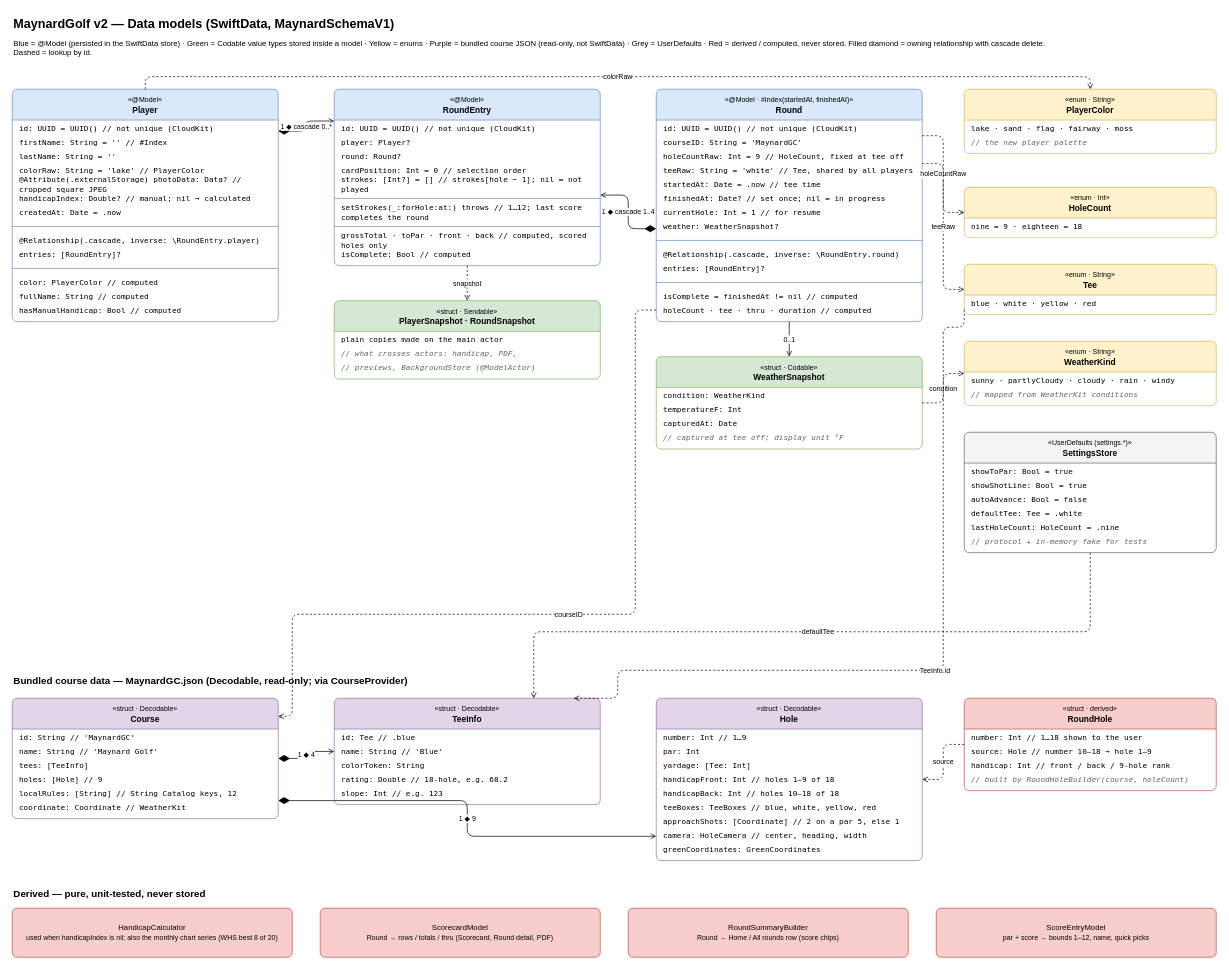
Earlier version of the draw.io diagram page "SwiftData models (schema v2)" (1 of 2) of docs/data-model.drawio (tassinari/MaynardGolf). Source tidied: cells renumbered, new cells numbered last; positions are measured from the earlier drawing's top-left corner, leaving out a move shared by most shapes. Both pictures are drawn from the tidied source at 70%, with x=0, y=0 at pixel (12, 12).
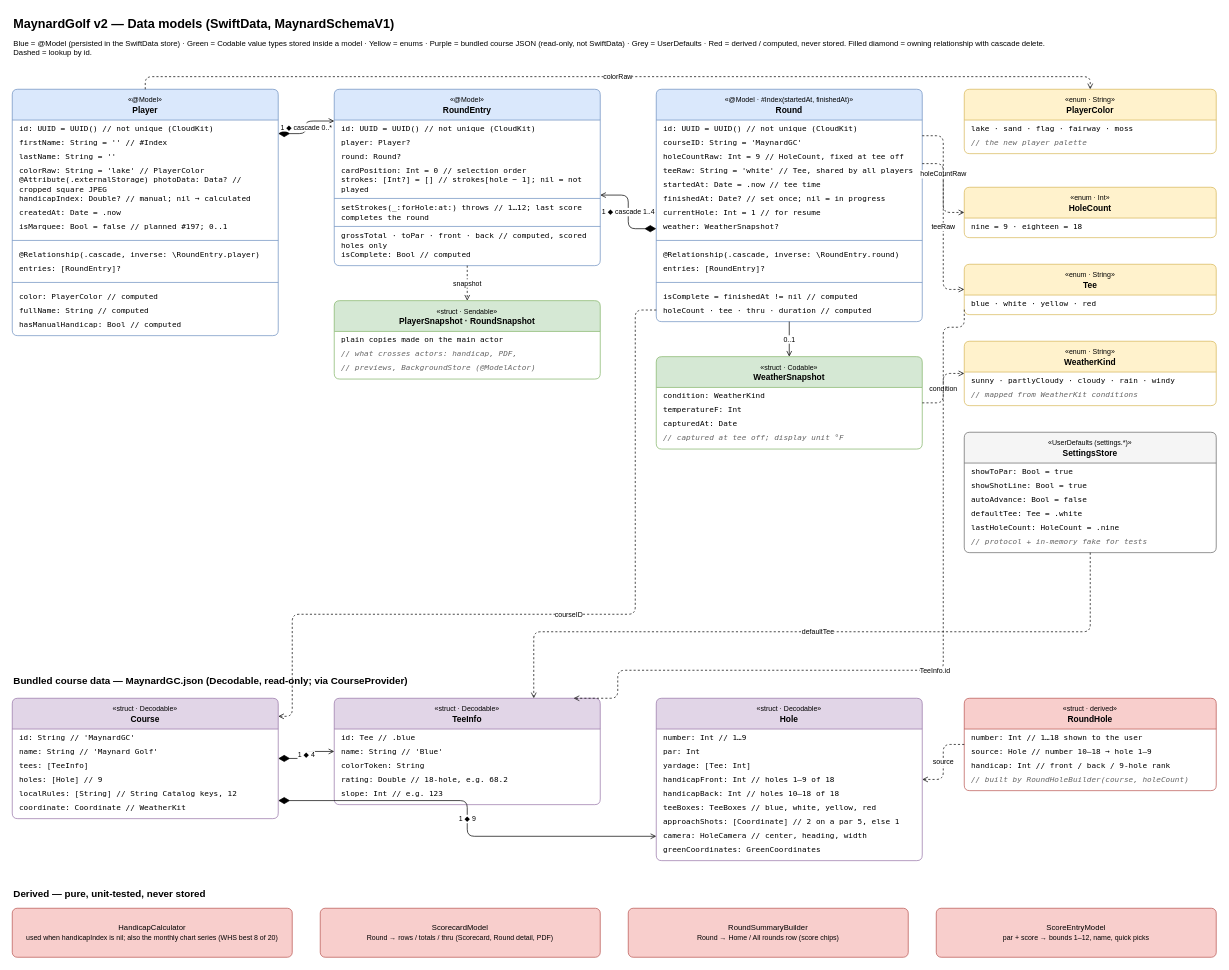
After the change.

The edit, as a diff of the source:
```diff
@@
     <mxCell id="4" value="&lt;font style='font-size:10px'&gt;«@Model»&lt;/font&gt;&lt;br&gt;&lt;b&gt;Player&lt;/b&gt;" style="swimlane;html=1;fontStyle=0;align=center;startSize=44;fillColor=#dae8fc;strokeColor=#6c8ebf;swimlaneFillColor=#ffffff;rounded=1;arcSize=6;whiteSpace=wrap;" parent="1" vertex="1">
-      <mxGeometry y="110" width="380" height="332" as="geometry" />
+      <mxGeometry y="110" width="380" height="352" as="geometry" />
     </mxCell>
@@
+    <mxCell id="119" value="isMarquee: Bool = false // planned #197; 0..1" style="text;html=1;strokeColor=none;fillColor=none;align=left;verticalAlign=middle;spacingLeft=8;fontSize=11;fontFamily=Menlo;whiteSpace=wrap;" parent="4" vertex="1">
+      <mxGeometry y="186" width="380" height="20" as="geometry" />
+    </mxCell>
     <mxCell id="12" style="line;strokeWidth=1;fillColor=none;strokeColor=#6c8ebf;html=1;" parent="4" vertex="1">
-      <mxGeometry y="192" width="380" height="8" as="geometry" />
+      <mxGeometry y="212" width="380" height="8" as="geometry" />
     </mxCell>
     <mxCell id="13" value="@Relationship(.cascade, inverse: \RoundEntry.player)" style="text;html=1;strokeColor=none;fillColor=none;align=left;verticalAlign=middle;spacingLeft=8;fontSize=11;fontFamily=Menlo;whiteSpace=wrap;" parent="4" vertex="1">
-      <mxGeometry y="206" width="380" height="20" as="geometry" />
+      <mxGeometry y="226" width="380" height="20" as="geometry" />
     </mxCell>
     <mxCell id="14" value="  entries: [RoundEntry]?" style="text;html=1;strokeColor=none;fillColor=none;align=left;verticalAlign=middle;spacingLeft=8;fontSize=11;fontFamily=Menlo;whiteSpace=wrap;" parent="4" vertex="1">
-      <mxGeometry y="226" width="380" height="20" as="geometry" />
+      <mxGeometry y="246" width="380" height="20" as="geometry" />
     </mxCell>
     <mxCell id="15" style="line;strokeWidth=1;fillColor=none;strokeColor=#6c8ebf;html=1;" parent="4" vertex="1">
-      <mxGeometry y="252" width="380" height="8" as="geometry" />
+      <mxGeometry y="272" width="380" height="8" as="geometry" />
     </mxCell>
     <mxCell id="16" value="color: PlayerColor   // computed" style="text;html=1;strokeColor=none;fillColor=none;align=left;verticalAlign=middle;spacingLeft=8;fontSize=11;fontFamily=Menlo;whiteSpace=wrap;" parent="4" vertex="1">
-      <mxGeometry y="266" width="380" height="20" as="geometry" />
+      <mxGeometry y="286" width="380" height="20" as="geometry" />
     </mxCell>
     <mxCell id="17" value="fullName: String   // computed" style="text;html=1;strokeColor=none;fillColor=none;align=left;verticalAlign=middle;spacingLeft=8;fontSize=11;fontFamily=Menlo;whiteSpace=wrap;" parent="4" vertex="1">
-      <mxGeometry y="286" width="380" height="20" as="geometry" />
+      <mxGeometry y="306" width="380" height="20" as="geometry" />
     </mxCell>
     <mxCell id="18" value="hasManualHandicap: Bool   // computed" style="text;html=1;strokeColor=none;fillColor=none;align=left;verticalAlign=middle;spacingLeft=8;fontSize=11;fontFamily=Menlo;whiteSpace=wrap;" parent="4" vertex="1">
-      <mxGeometry y="306" width="380" height="20" as="geometry" />
+      <mxGeometry y="326" width="380" height="20" as="geometry" />
     </mxCell>
```
